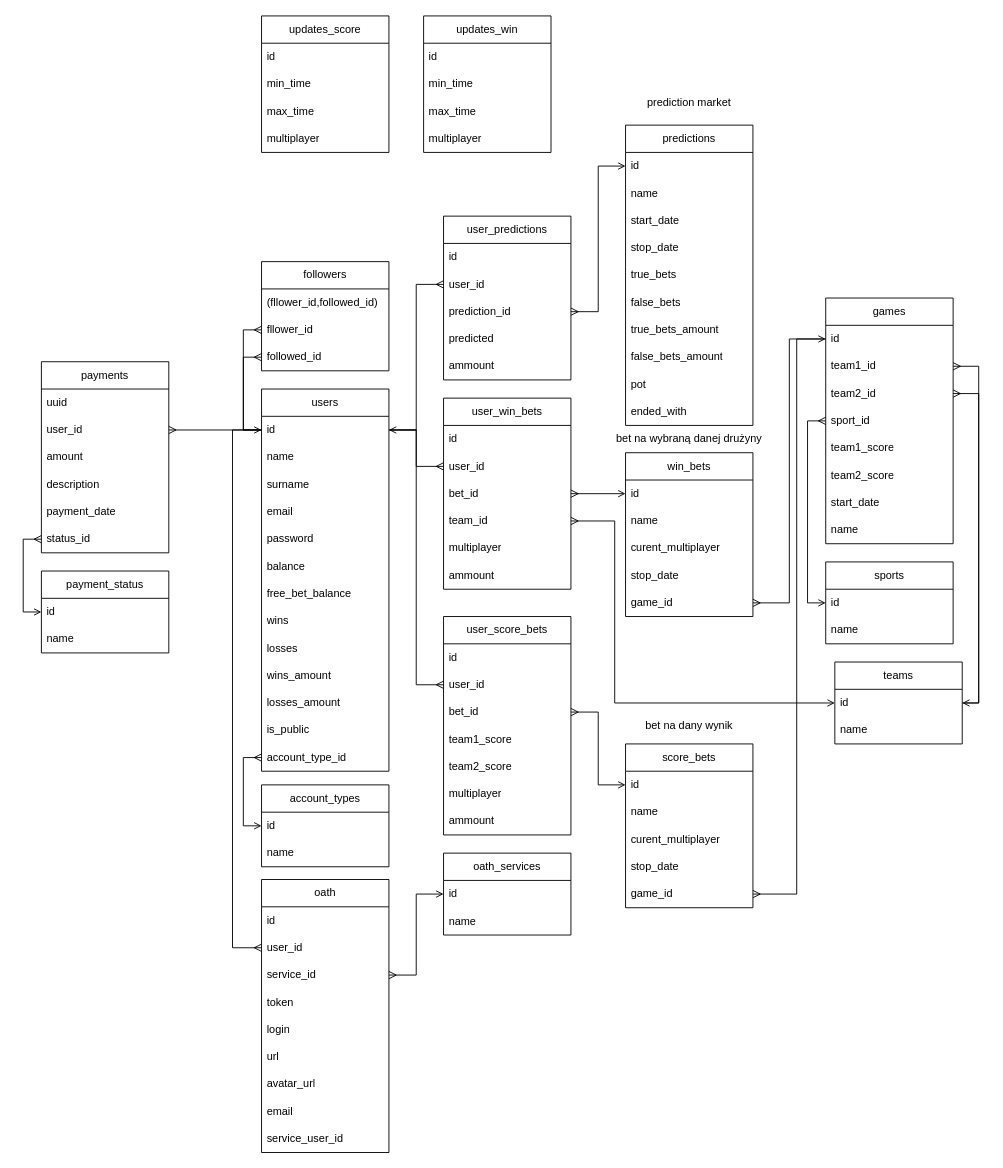
Barabol/PewniaczekBetBack keeps this draw.io diagram as diagramy/db.drawio. Above is the earlier version. Source tidied: cells renumbered, new cells numbered last; positions are measured from the earlier drawing's top-left corner, leaving out a move shared by most shapes. Both pictures are drawn from the tidied source at 91%, with x=0, y=0 at pixel (41, 15).
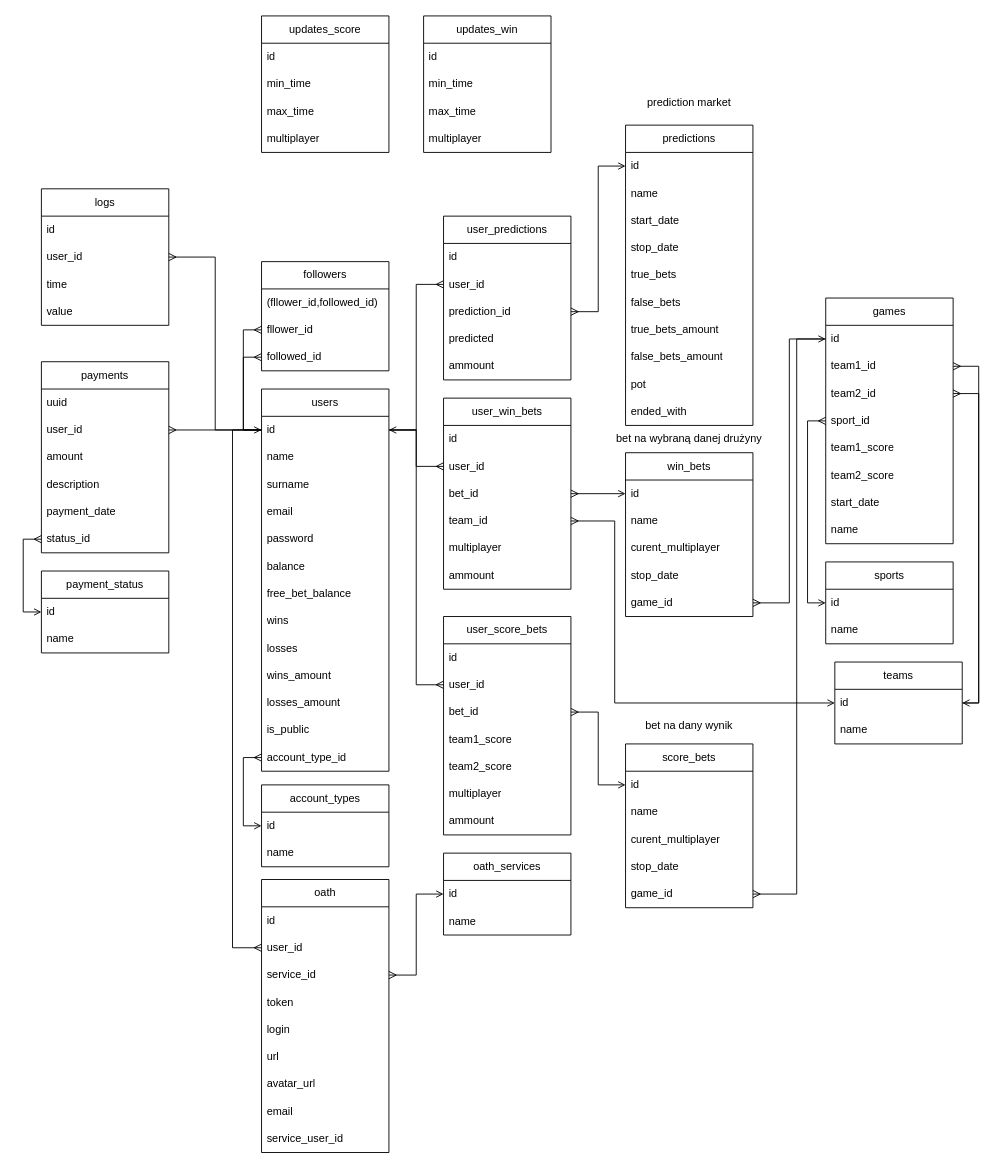
The same page after the edit.

Unchanged cells that the change refers to:
```xml
<mxCell id="3" value="id" style="text;strokeColor=none;fillColor=none;align=left;verticalAlign=middle;spacingLeft=4;spacingRight=4;overflow=hidden;points=[[0,0.5],[1,0.5]];portConstraint=eastwest;whiteSpace=wrap;html=1;" parent="2" vertex="1">
  <mxGeometry y="30" width="140" height="30" as="geometry" />
</mxCell>
```

Change to the diagram source:
```diff
@@
+    <mxCell id="137" value="logs" style="swimlane;fontStyle=0;horizontal=1;startSize=30;whiteSpace=wrap;html=1;" parent="1" vertex="1">
+      <mxGeometry y="190" width="140" height="150" as="geometry" />
+    </mxCell>
+    <mxCell id="138" value="id" style="text;strokeColor=none;fillColor=none;align=left;verticalAlign=middle;spacingLeft=4;spacingRight=4;overflow=hidden;whiteSpace=wrap;html=1;" parent="137" vertex="1">
+      <mxGeometry y="30" width="140" height="30" as="geometry" />
+    </mxCell>
+    <mxCell id="139" value="user_id" style="text;strokeColor=none;fillColor=none;align=left;verticalAlign=middle;spacingLeft=4;spacingRight=4;overflow=hidden;points=[[0,0.5],[1,0.5]];portConstraint=eastwest;whiteSpace=wrap;html=1;" parent="137" vertex="1">
+      <mxGeometry y="60" width="140" height="30" as="geometry" />
+    </mxCell>
+    <mxCell id="140" value="time" style="text;strokeColor=none;fillColor=none;align=left;verticalAlign=middle;spacingLeft=4;spacingRight=4;overflow=hidden;whiteSpace=wrap;html=1;" parent="137" vertex="1">
+      <mxGeometry y="90" width="140" height="30" as="geometry" />
+    </mxCell>
+    <mxCell id="141" value="value" style="text;strokeColor=none;fillColor=none;align=left;verticalAlign=middle;spacingLeft=4;spacingRight=4;overflow=hidden;whiteSpace=wrap;html=1;" parent="137" vertex="1">
+      <mxGeometry y="120" width="140" height="30" as="geometry" />
+    </mxCell>
+    <mxCell id="142" style="edgeStyle=orthogonalEdgeStyle;rounded=0;jettySize=auto;html=1;entryX=0;entryY=0.5;entryDx=0;entryDy=0;endArrow=none;endFill=0;startArrow=ERmany;startFill=0;" parent="1" edge="1" source="139" target="3">
+      <mxGeometry relative="1" as="geometry" />
+    </mxCell>
```
